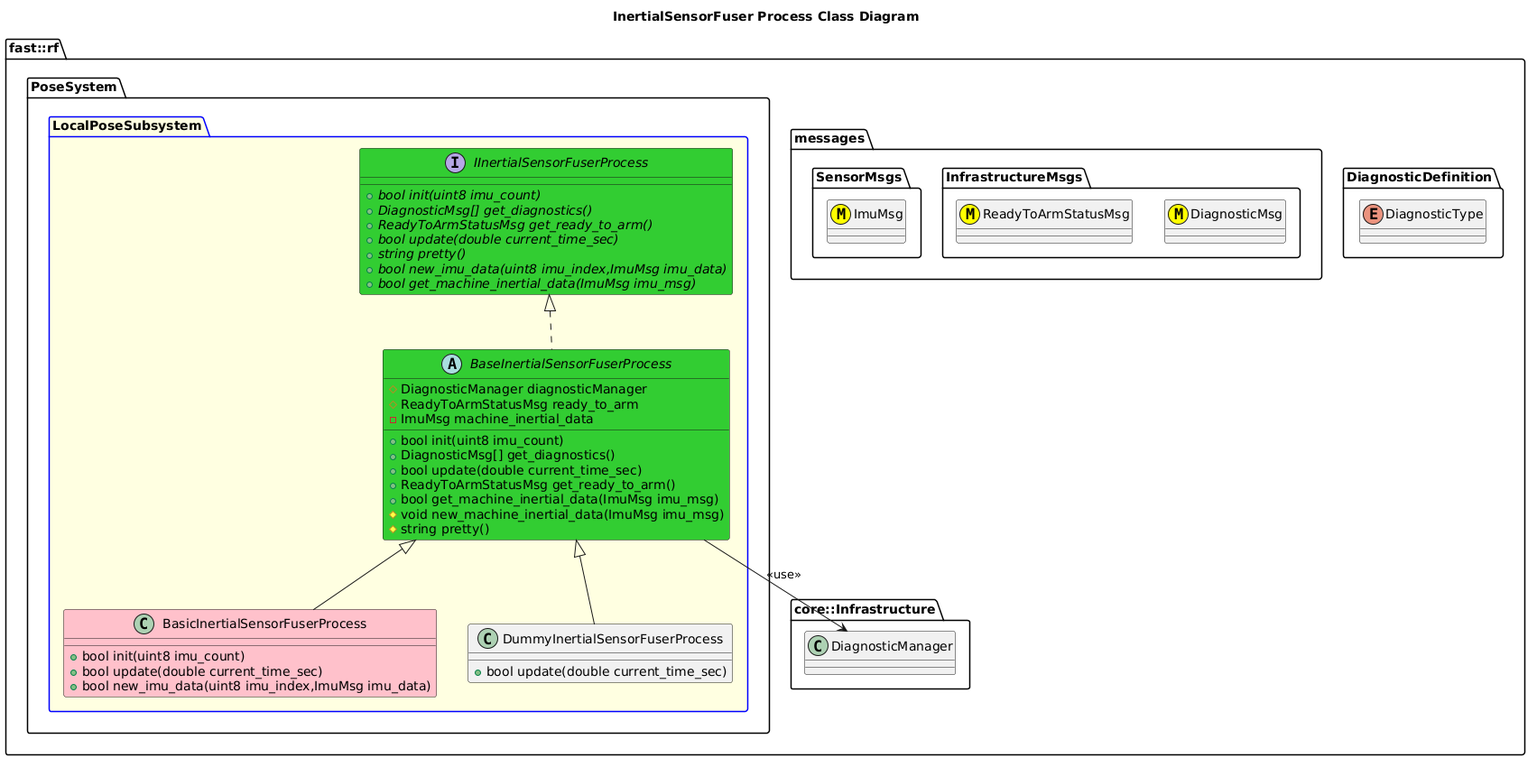
Earlier version of the PlantUML export Systems/Pose/Subsystems/LocalPose/Processes/InertialSensorFuser/doc/puml/InertialSensorFuserProcessClassDiagram.png (fastrobotics/robot_framework).
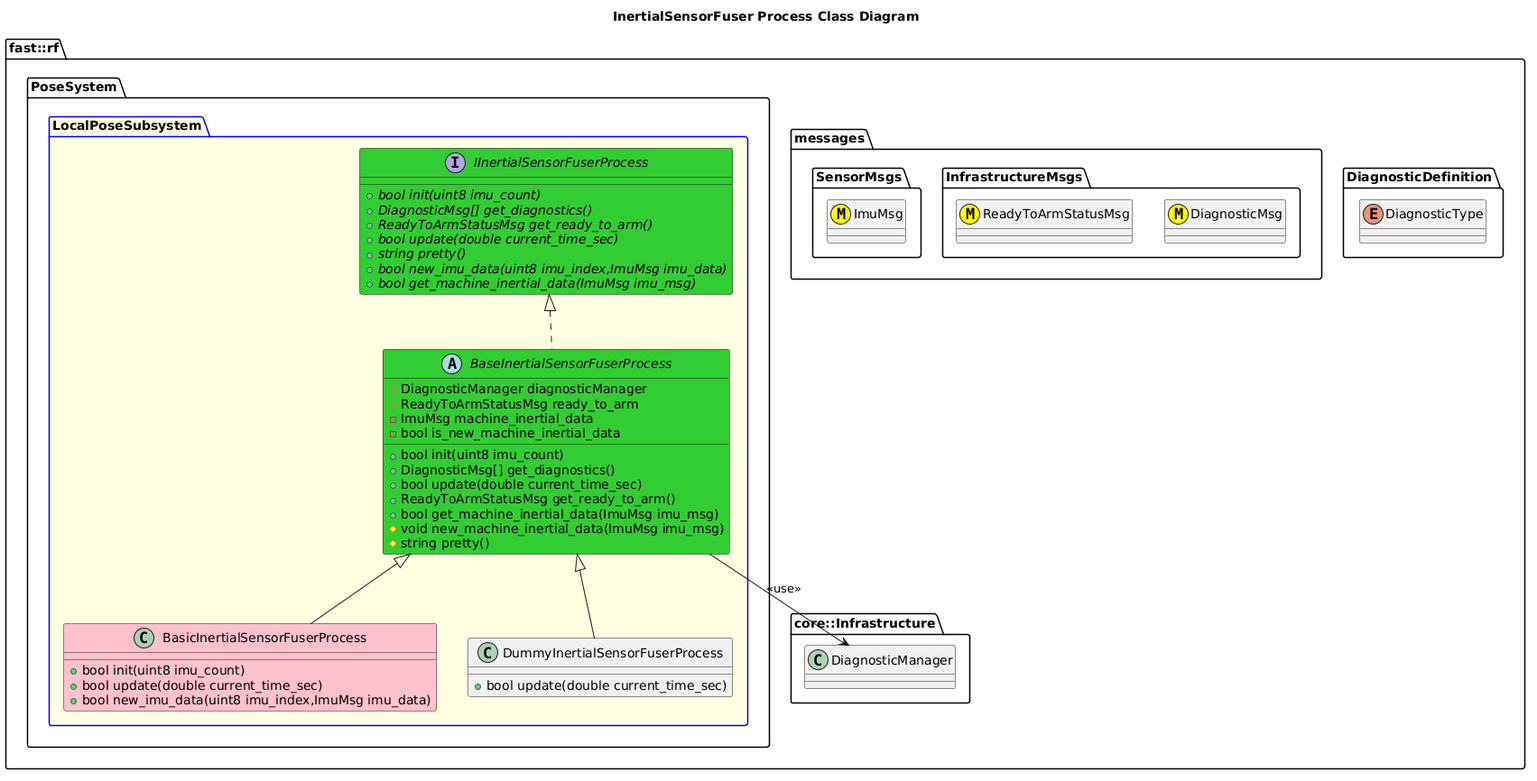
After the commit.

Diff of the diagram source:
```diff
@@ -39,6 +39,7 @@
           #DiagnosticManager diagnosticManager
           #ReadyToArmStatusMsg ready_to_arm
           -ImuMsg machine_inertial_data
+          -bool is_new_machine_inertial_data
 
         }
         BaseInertialSensorFuserProcess .up.|> IInertialSensorFuserProcess
```
